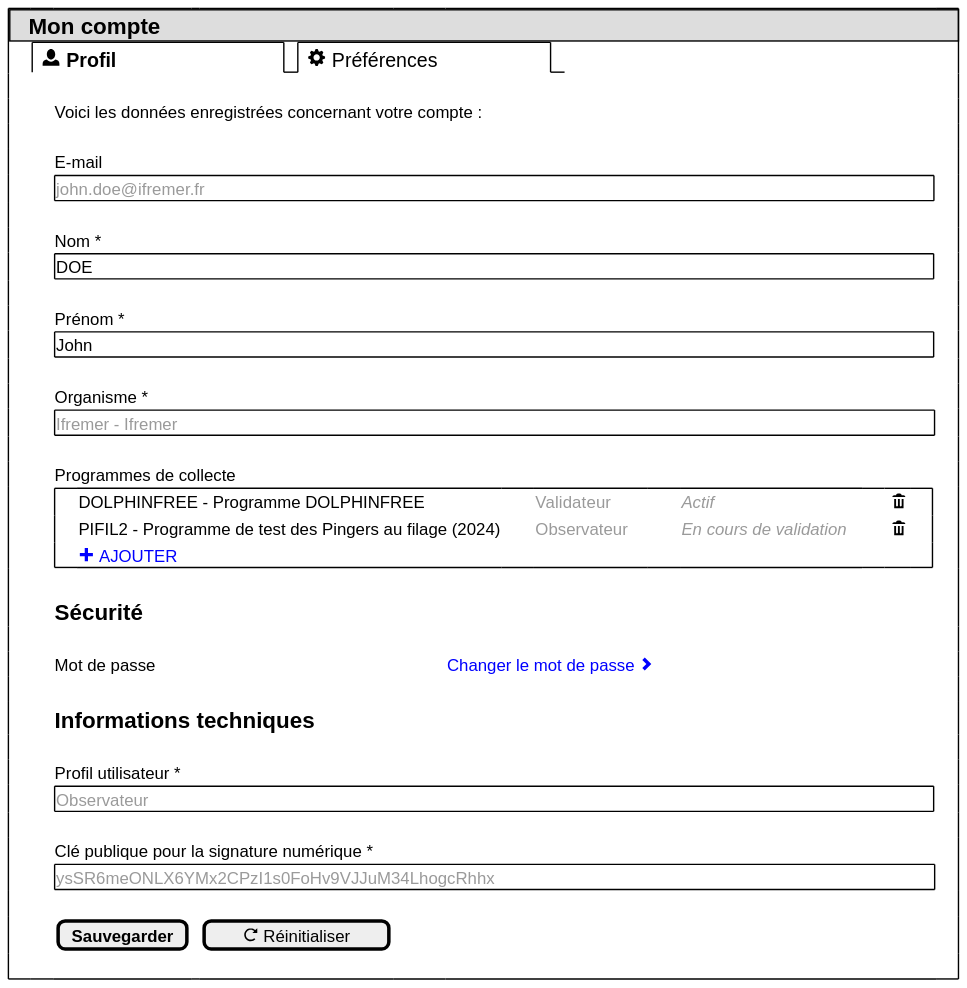
The PlantUML diagram projects/common/spe/images/program-access-rights-management-account.svg in sumaris-net/sumaris-doc, before a commit.
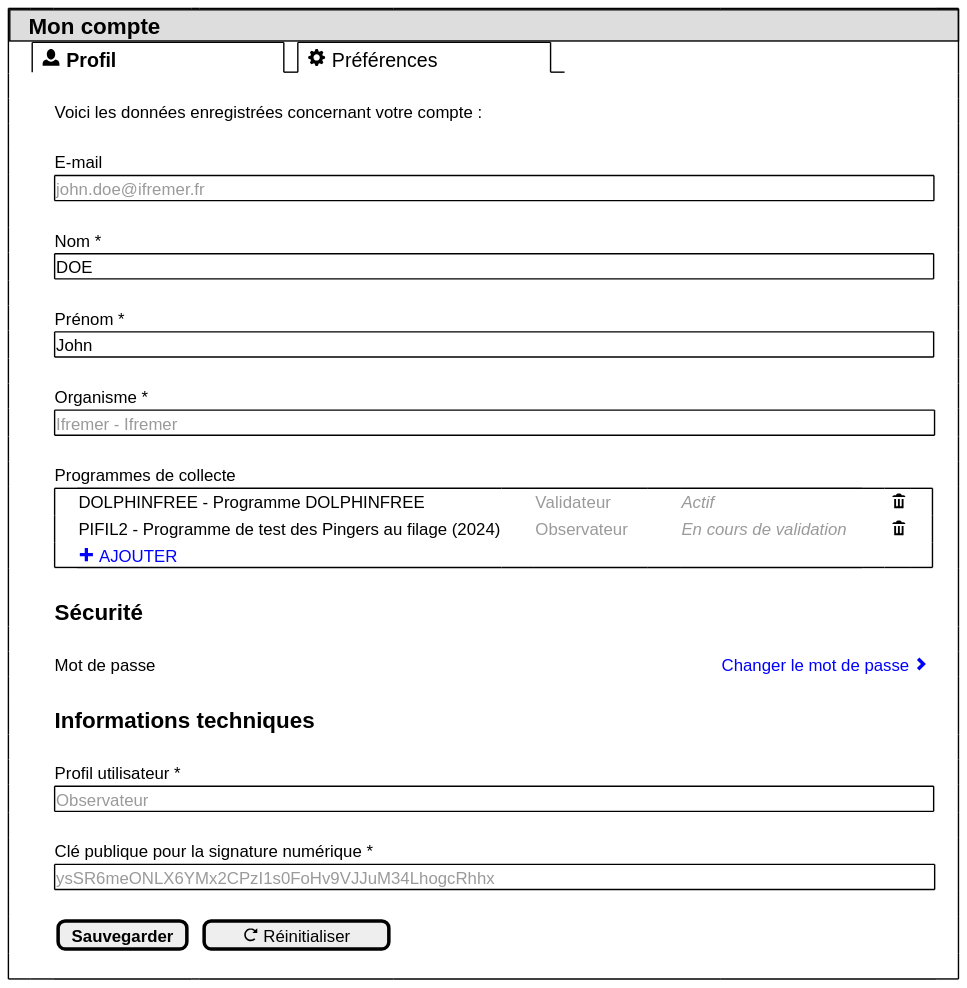
After the commit.

Commit message:
[enh] User account screen update

Diff of the diagram source:
```diff
@@ -27,7 +27,7 @@
         . | . | . | . | . | . | . | .
         . | . | <size:16><b>Sécurité | * | * | * | * | .
         . | . | . | . | . | . | . | .
-        . | . | Mot de passe | * | * | <color:ffffff>+++++ | <color:0000ff>Changer le mot de passe <size:14><&chevron-right></size> | .
+        . | . | Mot de passe | * | * | <color:ffffff>+++++++++++++++++++++++++++++++++ | <color:0000ff>Changer le mot de passe <size:14><&chevron-right></size> | .
         . | . | . | . | . | . | . | .
         . | . | <size:16><b>Informations techniques | * | * | * | * | .
         . | . | . | . | . | . | . | .
```
